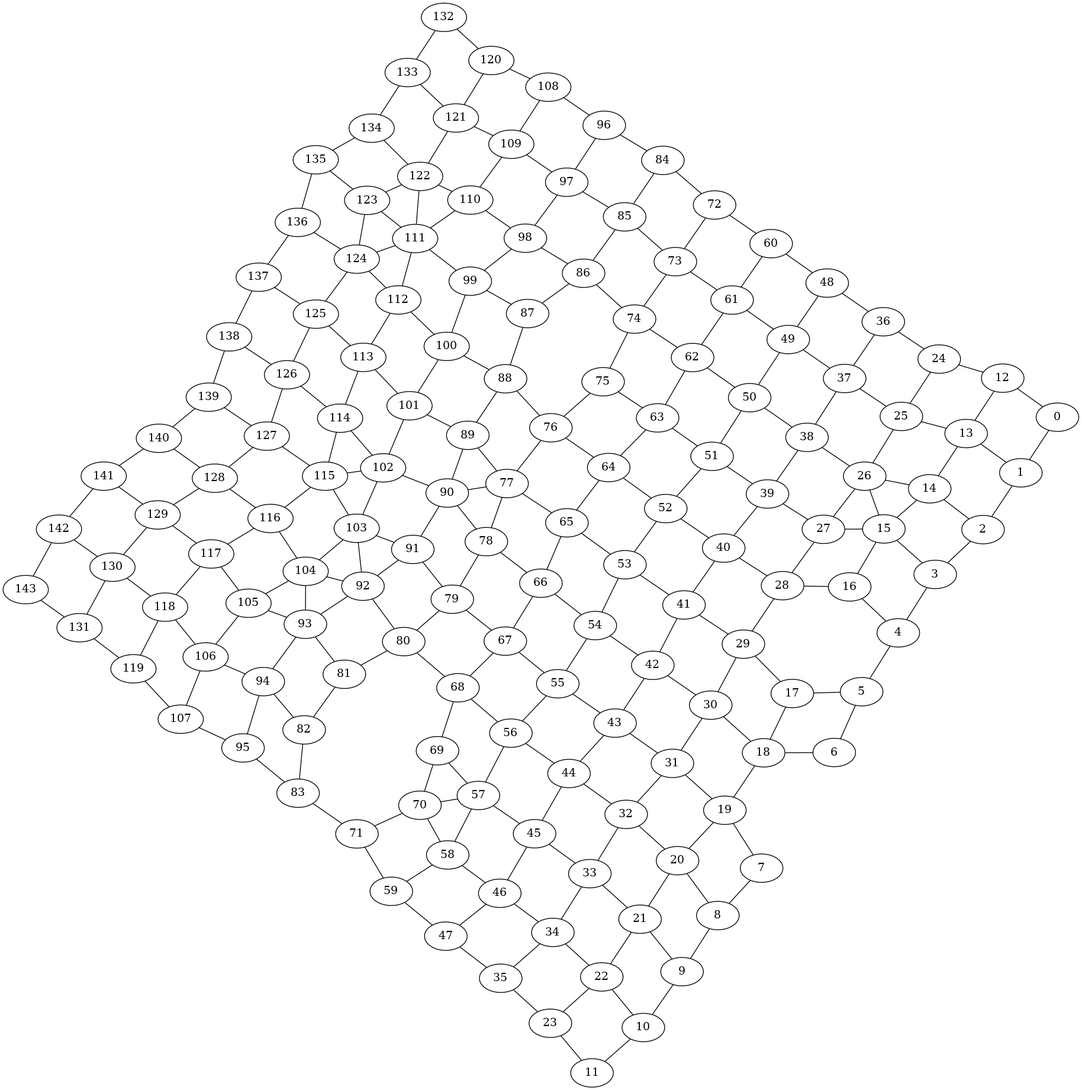
This is fig/graph.png from lorenzorizzi17/urban_network, a Graphviz export, as it was before one commit. Its source is kept beside it as fig/graph.dot.
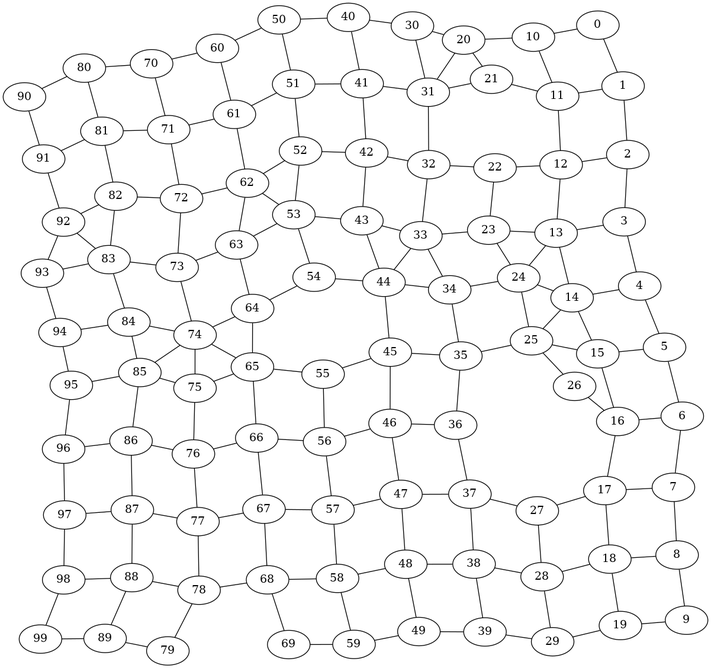
The same diagram one commit later.

The edit, as a diff of the source:
```diff
@@ -99,315 +99,187 @@
 97;
 98;
 99;
-100;
-101;
-102;
-103;
-104;
-105;
-106;
-107;
-108;
-109;
-110;
-111;
-112;
-113;
-114;
-115;
-116;
-117;
-118;
-119;
-120;
-121;
-122;
-123;
-124;
-125;
-126;
-127;
-128;
-129;
-130;
-131;
-132;
-133;
-134;
-135;
-136;
-137;
-138;
-139;
-140;
-141;
-142;
-143;
 0--1 ;
-0--12 ;
-1--13 ;
+0--10 ;
+1--11 ;
 1--2 ;
-2--14 ;
+2--12 ;
 2--3 ;
-3--15 ;
+3--13 ;
 3--4 ;
-4--16 ;
+4--14 ;
 4--5 ;
-5--17 ;
+5--15 ;
 5--6 ;
-6--18 ;
-7--19 ;
+6--16 ;
+6--7 ;
+7--17 ;
 7--8 ;
-8--20 ;
+8--18 ;
 8--9 ;
-9--21 ;
-9--10 ;
-10--22 ;
+9--19 ;
 10--11 ;
-11--23 ;
+10--20 ;
+11--21 ;
+11--12 ;
+12--22 ;
 12--13 ;
-12--24 ;
-13--25 ;
+13--23 ;
 13--14 ;
-14--26 ;
+14--24 ;
 14--15 ;
-15--27 ;
+15--25 ;
 15--16 ;
-16--28 ;
-17--29 ;
+16--26 ;
+16--17 ;
+17--27 ;
 17--18 ;
-18--30 ;
+18--28 ;
 18--19 ;
-19--31 ;
-19--20 ;
-20--32 ;
+19--29 ;
 20--21 ;
-21--33 ;
-21--22 ;
-22--34 ;
+20--30 ;
+21--31 ;
+22--32 ;
 22--23 ;
-23--35 ;
+23--33 ;
+23--24 ;
+24--34 ;
 24--25 ;
-24--36 ;
-25--37 ;
+25--35 ;
 25--26 ;
-26--38 ;
-26--27 ;
-27--39 ;
+27--37 ;
 27--28 ;
-28--40 ;
+28--38 ;
 28--29 ;
-29--41 ;
-29--30 ;
-30--42 ;
+29--39 ;
 30--31 ;
-31--43 ;
+30--40 ;
+31--41 ;
 31--32 ;
-32--44 ;
+32--42 ;
 32--33 ;
-33--45 ;
+33--43 ;
 33--34 ;
-34--46 ;
+34--44 ;
 34--35 ;
-35--47 ;
+35--45 ;
+35--36 ;
+36--46 ;
 36--37 ;
-36--48 ;
-37--49 ;
+37--47 ;
 37--38 ;
-38--50 ;
+38--48 ;
 38--39 ;
-39--51 ;
-39--40 ;
-40--52 ;
+39--49 ;
 40--41 ;
-41--53 ;
+40--50 ;
+41--51 ;
 41--42 ;
-42--54 ;
+42--52 ;
 42--43 ;
-43--55 ;
+43--53 ;
 43--44 ;
-44--56 ;
+44--54 ;
 44--45 ;
-45--57 ;
+45--55 ;
 45--46 ;
-46--58 ;
+46--56 ;
 46--47 ;
-47--59 ;
+47--57 ;
+47--48 ;
+48--58 ;
 48--49 ;
-48--60 ;
-49--61 ;
-49--50 ;
-50--62 ;
+49--59 ;
 50--51 ;
-51--63 ;
+50--60 ;
+51--61 ;
 51--52 ;
-52--64 ;
+52--62 ;
 52--53 ;
-53--65 ;
+53--63 ;
 53--54 ;
-54--66 ;
-54--55 ;
-55--67 ;
+54--64 ;
+55--65 ;
 55--56 ;
-56--68 ;
+56--66 ;
 56--57 ;
-57--69 ;
+57--67 ;
 57--58 ;
-58--70 ;
+58--68 ;
 58--59 ;
-59--71 ;
+59--69 ;
 60--61 ;
-60--72 ;
-61--73 ;
+60--70 ;
+61--71 ;
 61--62 ;
-62--74 ;
+62--72 ;
 62--63 ;
-63--75 ;
+63--73 ;
 63--64 ;
-64--76 ;
+64--74 ;
 64--65 ;
-65--77 ;
+65--75 ;
 65--66 ;
-66--78 ;
+66--76 ;
 66--67 ;
-67--79 ;
+67--77 ;
 67--68 ;
-68--80 ;
+68--78 ;
 68--69 ;
-69--70 ;
 70--71 ;
-71--83 ;
+70--80 ;
+71--81 ;
+71--72 ;
+72--82 ;
 72--73 ;
-72--84 ;
-73--85 ;
+73--83 ;
 73--74 ;
-74--86 ;
+74--84 ;
 74--75 ;
+75--85 ;
 75--76 ;
-76--88 ;
+76--86 ;
 76--77 ;
-77--89 ;
+77--87 ;
 77--78 ;
-78--90 ;
+78--88 ;
 78--79 ;
-79--91 ;
-79--80 ;
-80--92 ;
+79--89 ;
 80--81 ;
-81--93 ;
+80--90 ;
+81--91 ;
 81--82 ;
-82--94 ;
+82--92 ;
 82--83 ;
-83--95 ;
+83--93 ;
+83--84 ;
+84--94 ;
 84--85 ;
-84--96 ;
-85--97 ;
+85--95 ;
 85--86 ;
-86--98 ;
+86--96 ;
 86--87 ;
-87--99 ;
+87--97 ;
 87--88 ;
-88--100 ;
+88--98 ;
 88--89 ;
-89--101 ;
-89--90 ;
-90--102 ;
+89--99 ;
 90--91 ;
-91--103 ;
 91--92 ;
-92--104 ;
 92--93 ;
-93--105 ;
 93--94 ;
-94--106 ;
 94--95 ;
-95--107 ;
+95--96 ;
 96--97 ;
-96--108 ;
-97--109 ;
 97--98 ;
-98--110 ;
 98--99 ;
-99--111 ;
-99--100 ;
-100--112 ;
-100--101 ;
-101--113 ;
-101--102 ;
-102--114 ;
-102--103 ;
-103--115 ;
-103--104 ;
-104--116 ;
-104--105 ;
-105--117 ;
-105--106 ;
-106--118 ;
-106--107 ;
-107--119 ;
-108--109 ;
-108--120 ;
-109--121 ;
-109--110 ;
-110--122 ;
-110--111 ;
-111--123 ;
-111--112 ;
-112--124 ;
-112--113 ;
-113--125 ;
-113--114 ;
-114--126 ;
-114--115 ;
-115--127 ;
-115--116 ;
-116--128 ;
-116--117 ;
-117--129 ;
-117--118 ;
-118--130 ;
-118--119 ;
-119--131 ;
-120--121 ;
-120--132 ;
-121--133 ;
-121--122 ;
-122--134 ;
-122--123 ;
-123--135 ;
-123--124 ;
-124--136 ;
-124--125 ;
-125--137 ;
-125--126 ;
-126--138 ;
-126--127 ;
-127--139 ;
-127--128 ;
-128--140 ;
-128--129 ;
-129--141 ;
-129--130 ;
-130--142 ;
-130--131 ;
-131--143 ;
-132--133 ;
-133--134 ;
-134--135 ;
-135--136 ;
-136--137 ;
-137--138 ;
-138--139 ;
-139--140 ;
-140--141 ;
-141--142 ;
-142--143 ;
-122--111 ;
-104--93 ;
-77--90 ;
-102--115 ;
-15--26 ;
-57--70 ;
-92--103 ;
-124--111 ;
+44--33 ;
+74--85 ;
+13--24 ;
+31--20 ;
+74--65 ;
+25--14 ;
+62--53 ;
+83--92 ;
 }
```
